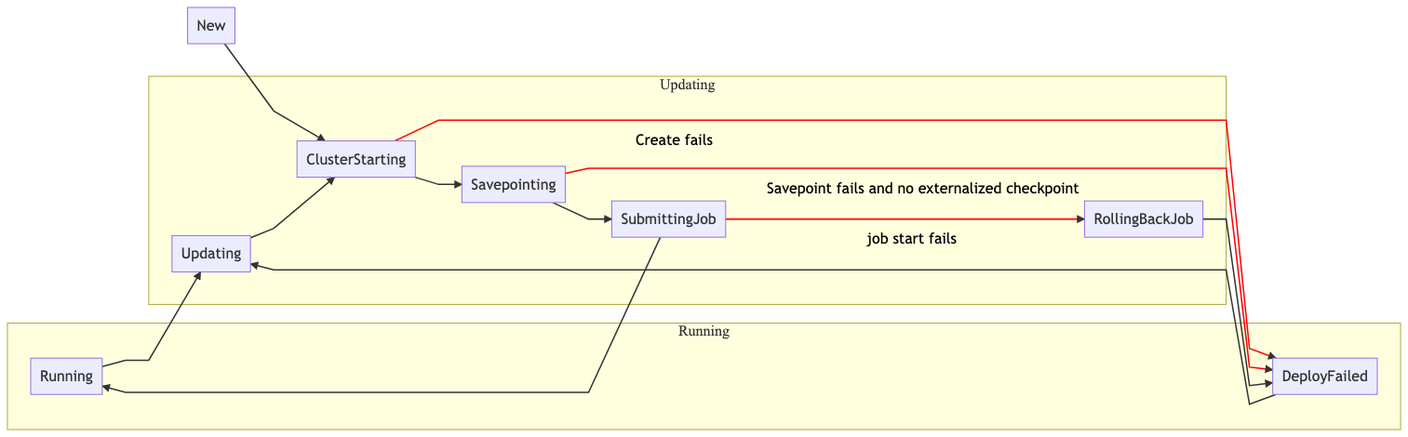
Before: docs/state_machine.png, a diagram exported from Mermaid (lyft/flinkk8soperator). Its source is kept beside it as docs/state_machine.mmd. The source it was exported from:
```mermaid

graph LR
New --> ClusterStarting

subgraph Running
Running
DeployFailed
end

subgraph Updating
Running --> Updating
Updating --> ClusterStarting
DeployFailed --> Updating

ClusterStarting --> Savepointing
ClusterStarting -- Create fails --> DeployFailed

Savepointing --> SubmittingJob
Savepointing -- Savepoint fails and no externalized checkpoint --> DeployFailed

SubmittingJob --> Running
SubmittingJob -- job start fails --> RollingBackJob
RollingBackJob --> DeployFailed
end

linkStyle 5 stroke:#FF0000
linkStyle 7 stroke:#FF0000
linkStyle 9 stroke:#FF0000
```
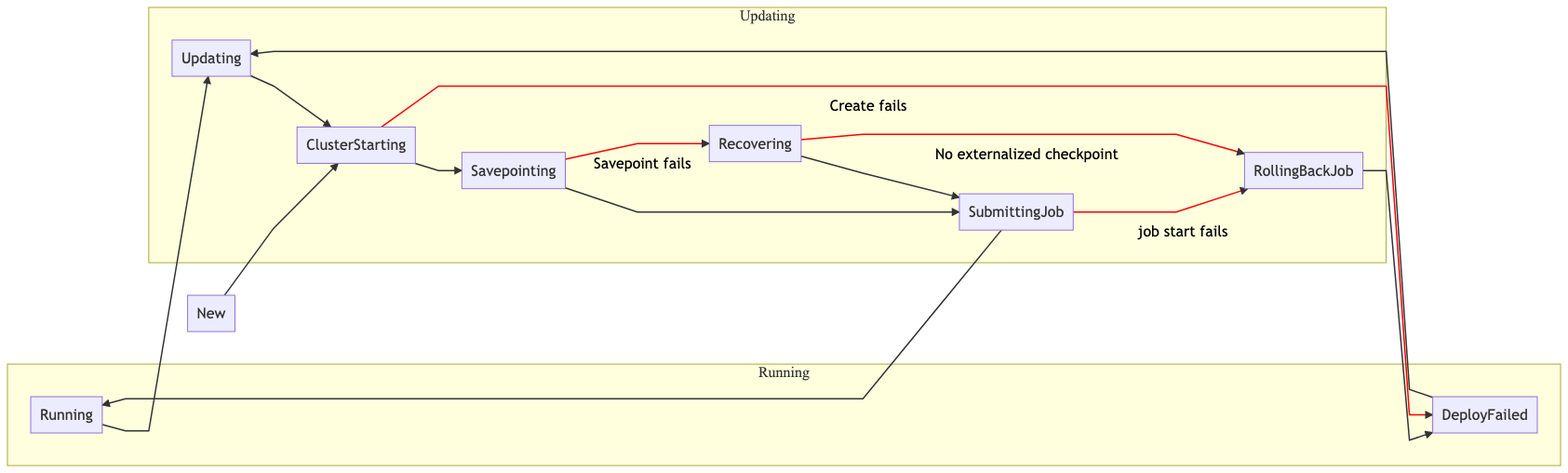
After the change.

Diff of the diagram source:
```diff
@@ -16,7 +16,10 @@
 ClusterStarting -- Create fails --> DeployFailed
 
 Savepointing --> SubmittingJob
-Savepointing -- Savepoint fails and no externalized checkpoint --> DeployFailed
+Savepointing -- Savepoint fails --> Recovering
+
+Recovering --> SubmittingJob
+Recovering -- No externalized checkpoint --> RollingBackJob
 
 SubmittingJob --> Running
 SubmittingJob -- job start fails --> RollingBackJob
@@ -26,3 +29,4 @@
 linkStyle 5 stroke:#FF0000
 linkStyle 7 stroke:#FF0000
 linkStyle 9 stroke:#FF0000
+linkStyle 11 stroke:#FF0000
```
